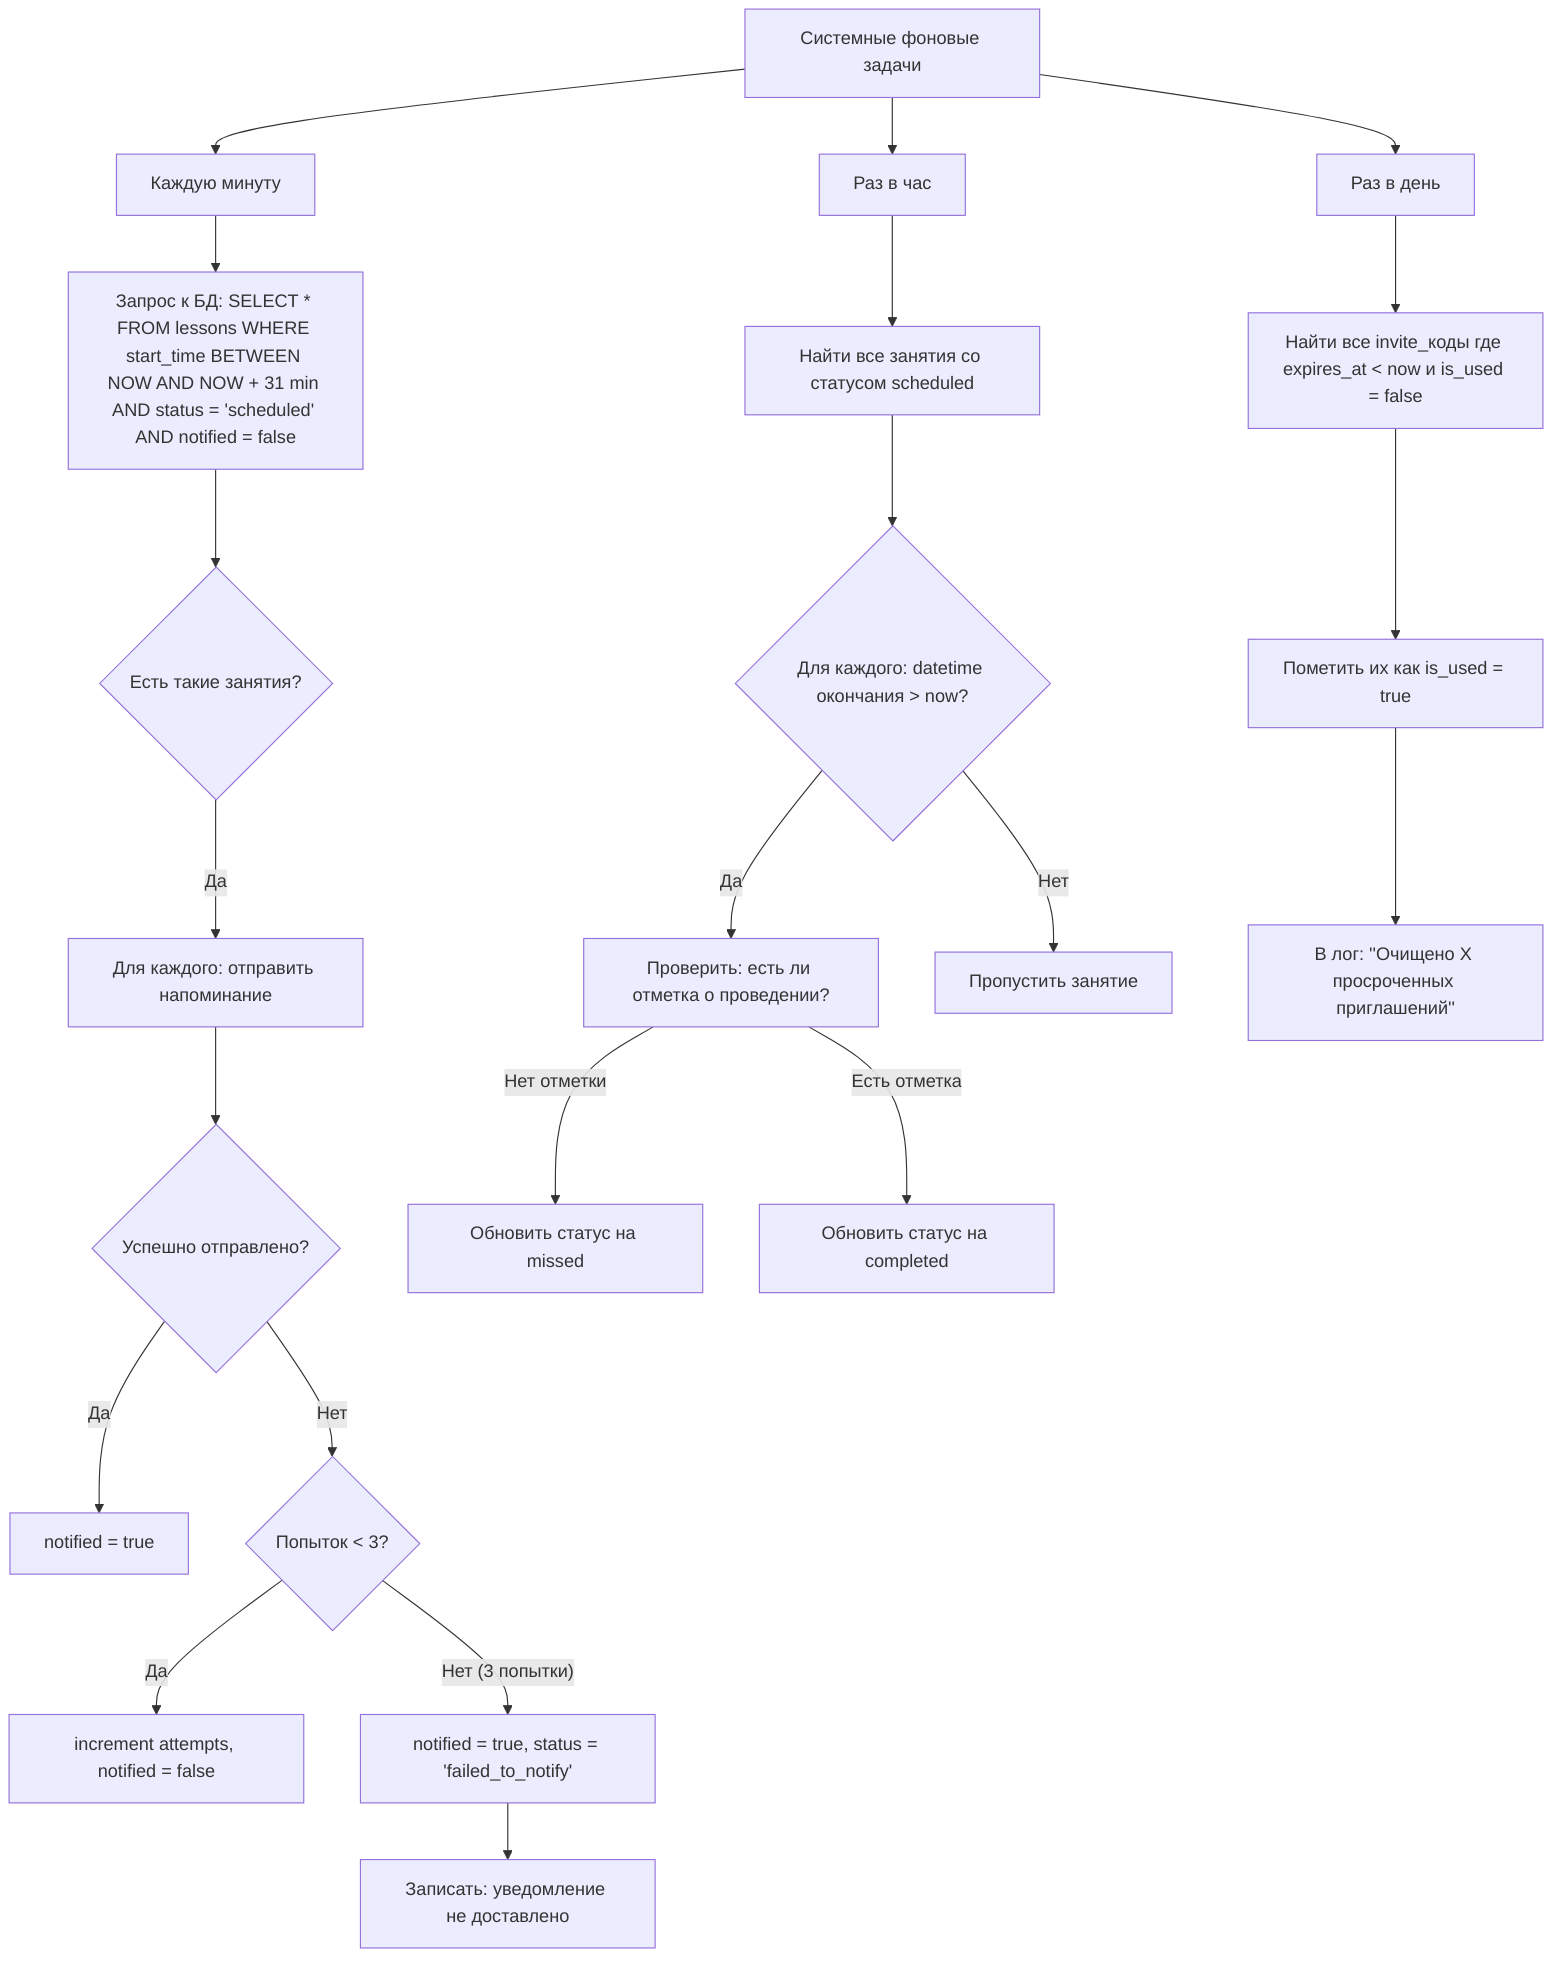
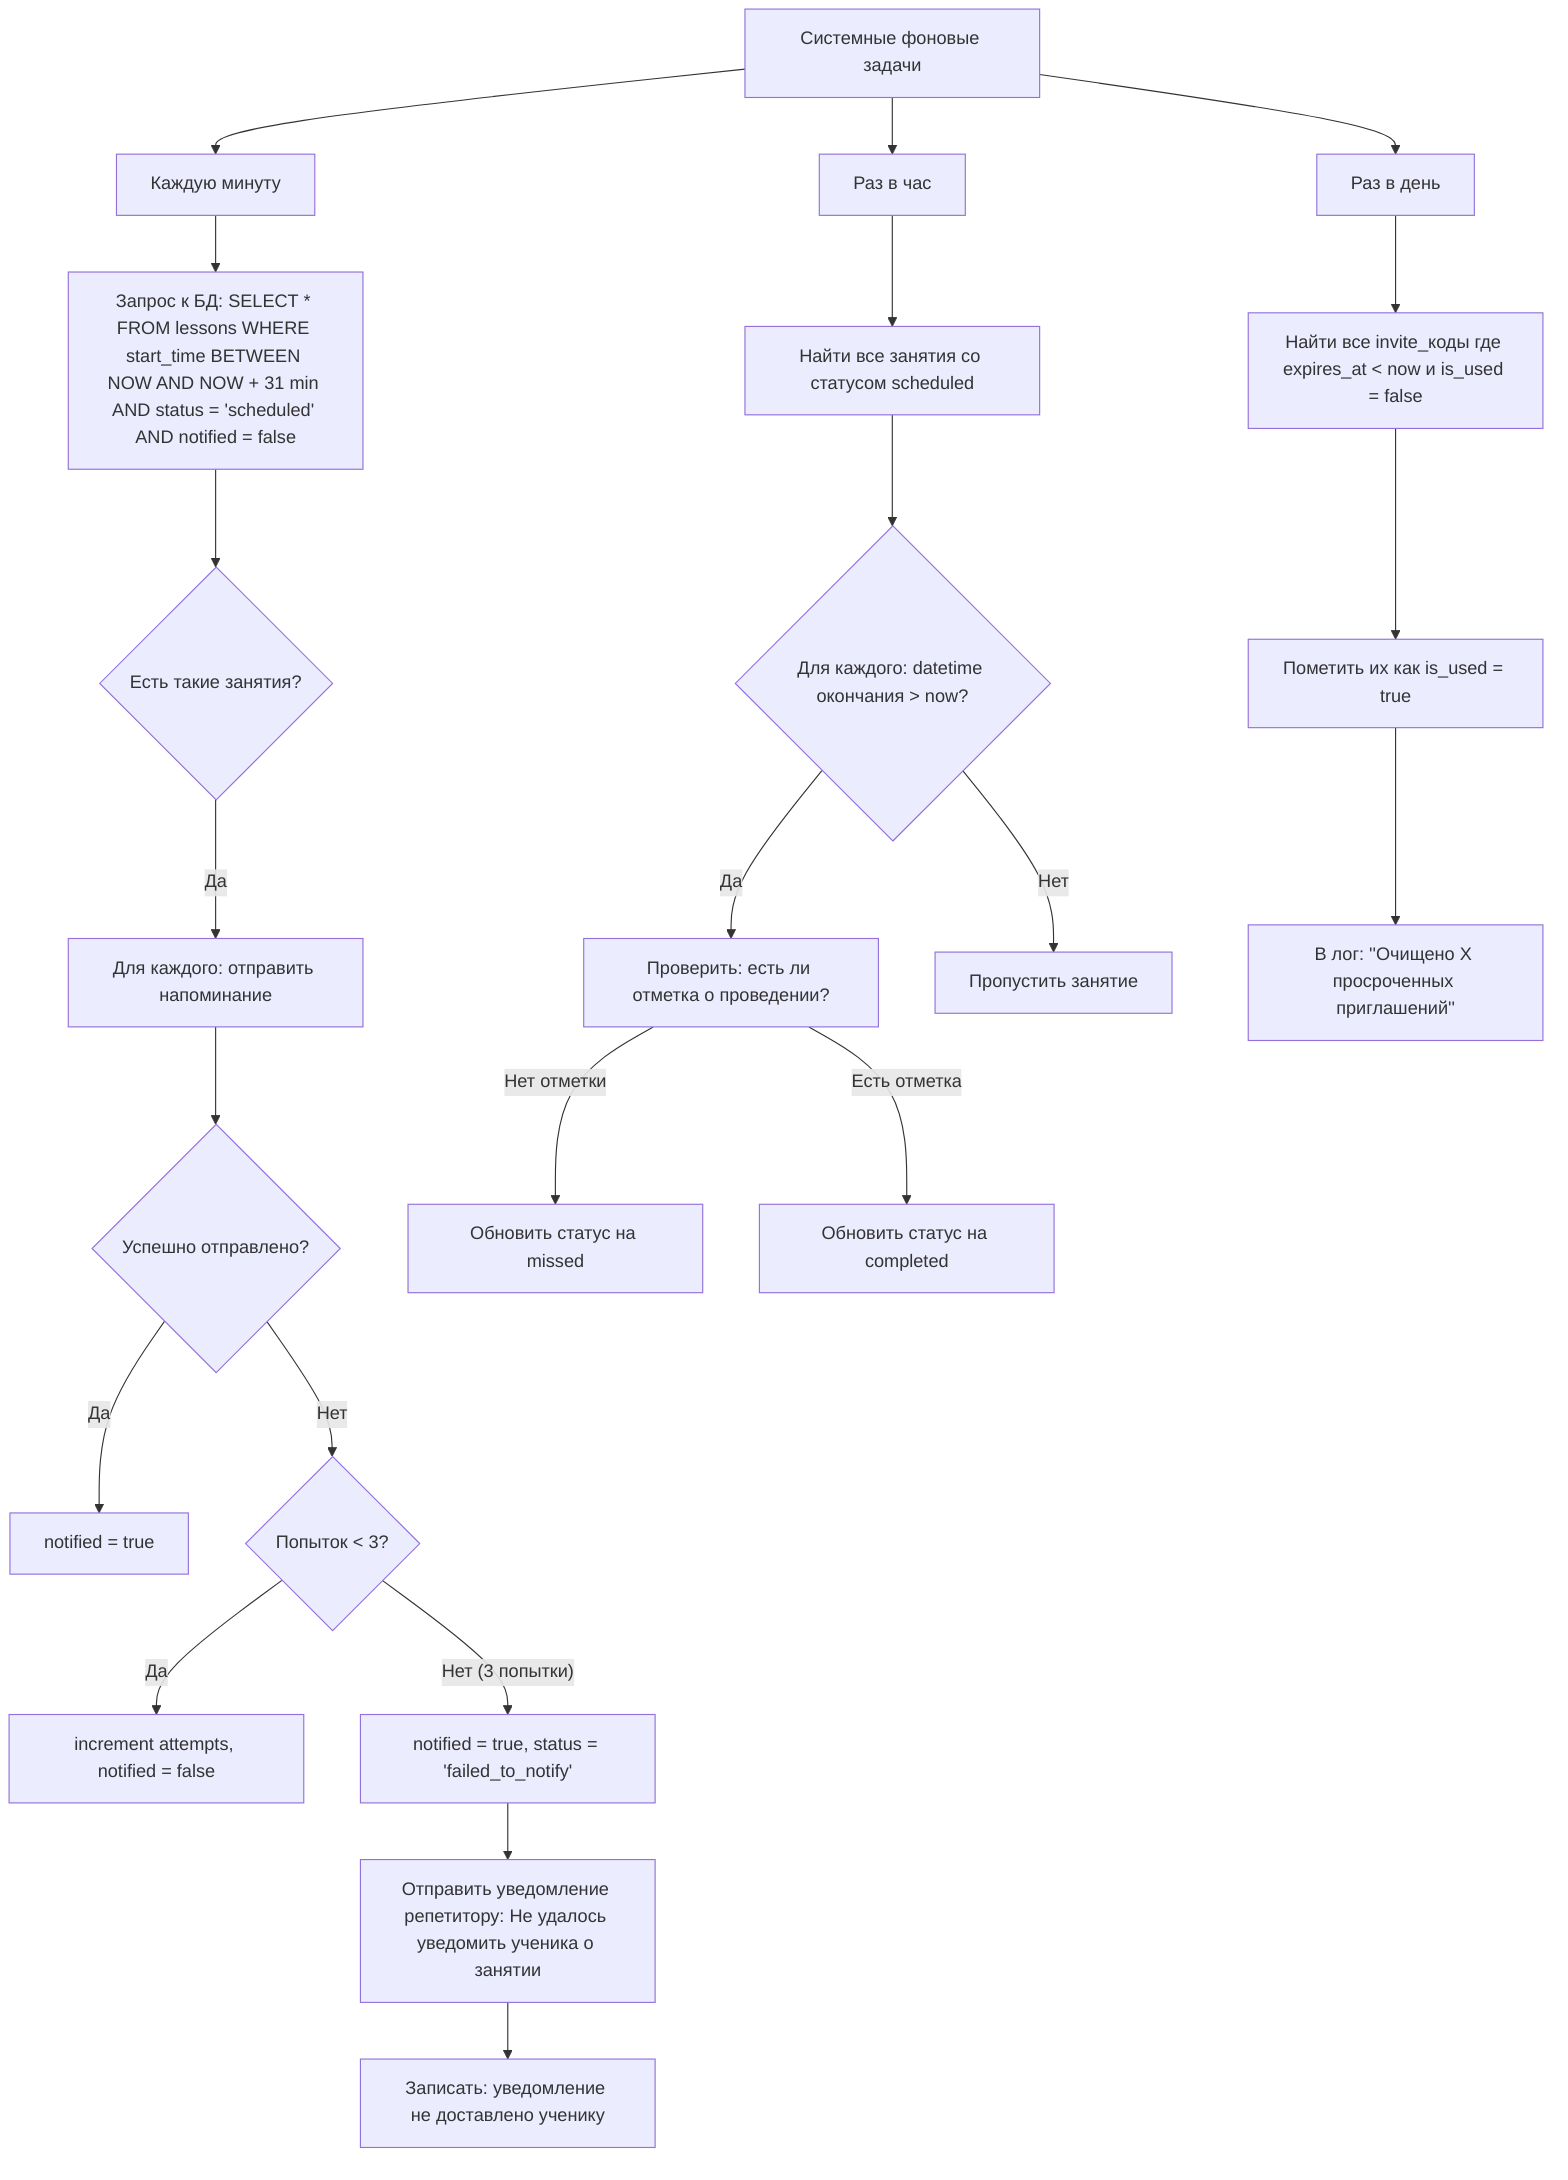
graph TD
    Head[Системные фоновые задачи] --> H
    Head --> N
    Head --> M

    H[Каждую минуту] --> H1[Запрос к БД: SELECT * FROM lessons WHERE start_time BETWEEN NOW AND NOW + 31 min AND status = 'scheduled' AND notified = false]
    H1 --> H2{Есть такие занятия?}
        H2 -- Да --> H3[Для каждого: отправить напоминание ученику]

        H3[Для каждого: отправить напоминание] --> H4{Успешно отправлено?}
            H4 -- Да --> H5[notified = true]

            H4 -- Нет --> H6_check{Попыток < 3?}
            H6_check -- Да --> H6[increment attempts, notified = false]
            H6_check -- Нет (3 попытки) --> H6_fail[notified = true, status = 'failed_to_notify']
-             H6_fail --> H6_log[Записать: уведомление не доставлено]
+             H6_fail --> H6_fail_alt[Отправить уведомление репетитору: Не удалось уведомить ученика о занятии]
+             H6_fail_alt --> H6_log[Записать: уведомление не доставлено ученику]

    M[Раз в час] --> M1[Найти все занятия со статусом scheduled]
    M1 --> M2{Для каждого: datetime окончания > now?}
    M2 -- Да --> M3[Проверить: есть ли отметка о проведении?]
    M3 -- Нет отметки --> M4[Обновить статус на missed]
    M3 -- Есть отметка --> M5[Обновить статус на completed]
    M2 -- Нет --> M6[Пропустить занятие]

    N[Раз в день] --> N1[Найти все invite_коды где expires_at < now и is_used = false]
    N1 --> N2[Пометить их как is_used = true]
    N2 --> N3[В лог: ''Очищено X просроченных приглашений'']


